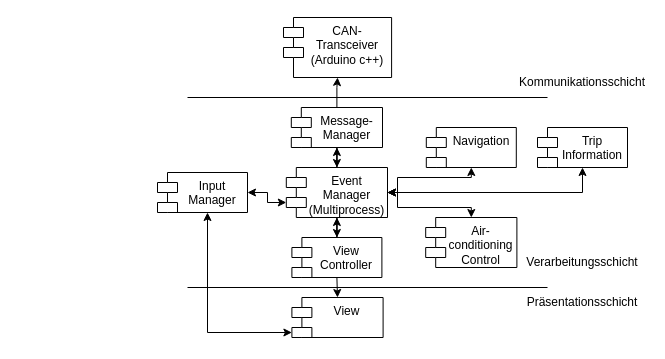
This is page "Baustein-Sicht" (2 of 2) of Architecture/GesamtSystem.drawio from Uhgtred/Car_Infotainment_System, a draw.io file, before an edit. Source tidied: cells renumbered, new cells numbered last; positions are measured from the earlier drawing's top-left corner, leaving out a move shared by most shapes. Both pictures are drawn from the tidied source at 100%, with x=0, y=0 at pixel (157, 17).
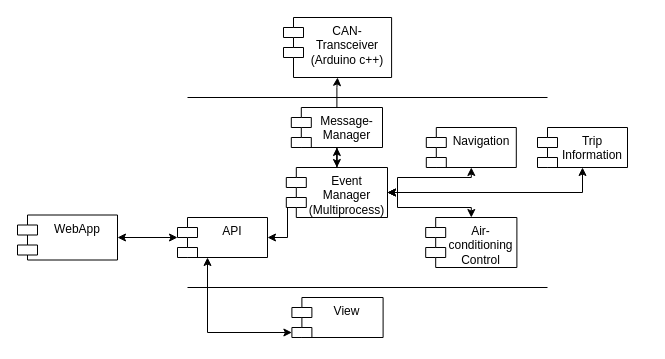
The same diagram, later.

Unchanged cells that the change refers to:
```xml
<mxCell id="2" value="View" style="shape=module;align=left;spacingLeft=20;align=center;verticalAlign=top;whiteSpace=wrap;html=1;" parent="1" vertex="1">
  <mxGeometry x="134.4" y="280" width="91.2" height="40" as="geometry" />
</mxCell>
<mxCell id="17" value="Event&lt;br&gt;Manager&lt;br&gt;(Multiprocess)" style="shape=module;align=left;spacingLeft=20;align=center;verticalAlign=top;whiteSpace=wrap;html=1;" parent="1" vertex="1">
  <mxGeometry x="128.8" y="150" width="101.2" height="50" as="geometry" />
</mxCell>
```

Change to the diagram source:
```diff
@@
-    <mxCell id="8" value="Kommunikationsschicht" style="text;html=1;strokeColor=none;fillColor=none;align=center;verticalAlign=middle;whiteSpace=wrap;rounded=0;" parent="1" vertex="1">
-      <mxGeometry x="360" y="50" width="130" height="30" as="geometry" />
-    </mxCell>
-    <mxCell id="9" value="Präsentationsschicht" style="text;html=1;strokeColor=none;fillColor=none;align=center;verticalAlign=middle;whiteSpace=wrap;rounded=0;" parent="1" vertex="1">
-      <mxGeometry x="370" y="270" width="110" height="30" as="geometry" />
-    </mxCell>
-    <mxCell id="10" value="Verarbeitungsschicht" style="text;html=1;strokeColor=none;fillColor=none;align=center;verticalAlign=middle;whiteSpace=wrap;rounded=0;" parent="1" vertex="1">
-      <mxGeometry x="370" y="230" width="110" height="30" as="geometry" />
-    </mxCell>
@@
-    <mxCell id="13" value="Input&lt;br&gt;Manager" style="shape=module;align=left;spacingLeft=20;align=center;verticalAlign=top;whiteSpace=wrap;html=1;" parent="1" vertex="1">
-      <mxGeometry y="155" width="90" height="40" as="geometry" />
+    <mxCell id="13" value="API" style="shape=module;align=left;spacingLeft=20;align=center;verticalAlign=top;whiteSpace=wrap;html=1;" parent="1" vertex="1">
+      <mxGeometry x="20" y="200" width="90" height="40" as="geometry" />
     </mxCell>
@@
-    <mxCell id="18" style="edgeStyle=orthogonalEdgeStyle;rounded=0;jettySize=auto;html=1;entryX=0.5;entryY=1;entryDx=0;entryDy=0;startArrow=classic;startFill=1;" parent="1" edge="1" source="20" target="17">
-      <mxGeometry relative="1" as="geometry" />
-    </mxCell>
-    <mxCell id="19" style="edgeStyle=orthogonalEdgeStyle;rounded=0;jettySize=auto;html=1;exitX=0.5;exitY=1;exitDx=0;exitDy=0;entryX=0.5;entryY=0;entryDx=0;entryDy=0;" parent="1" edge="1" source="20" target="2">
-      <mxGeometry relative="1" as="geometry" />
-    </mxCell>
-    <mxCell id="20" value="View&lt;br&gt;Controller" style="shape=module;align=left;spacingLeft=20;align=center;verticalAlign=top;whiteSpace=wrap;html=1;" parent="1" vertex="1">
-      <mxGeometry x="134.4" y="220" width="90" height="40" as="geometry" />
-    </mxCell>
@@
+    <mxCell id="25" style="edgeStyle=orthogonalEdgeStyle;rounded=0;jettySize=auto;html=1;startArrow=classic;startFill=1;" parent="1" edge="1" source="26" target="13">
+      <mxGeometry relative="1" as="geometry" />
+    </mxCell>
+    <mxCell id="26" value="WebApp" style="shape=module;align=left;spacingLeft=20;align=center;verticalAlign=top;" parent="1" vertex="1">
+      <mxGeometry x="-140" y="197.5" width="100" height="45" as="geometry" />
+    </mxCell>
```
